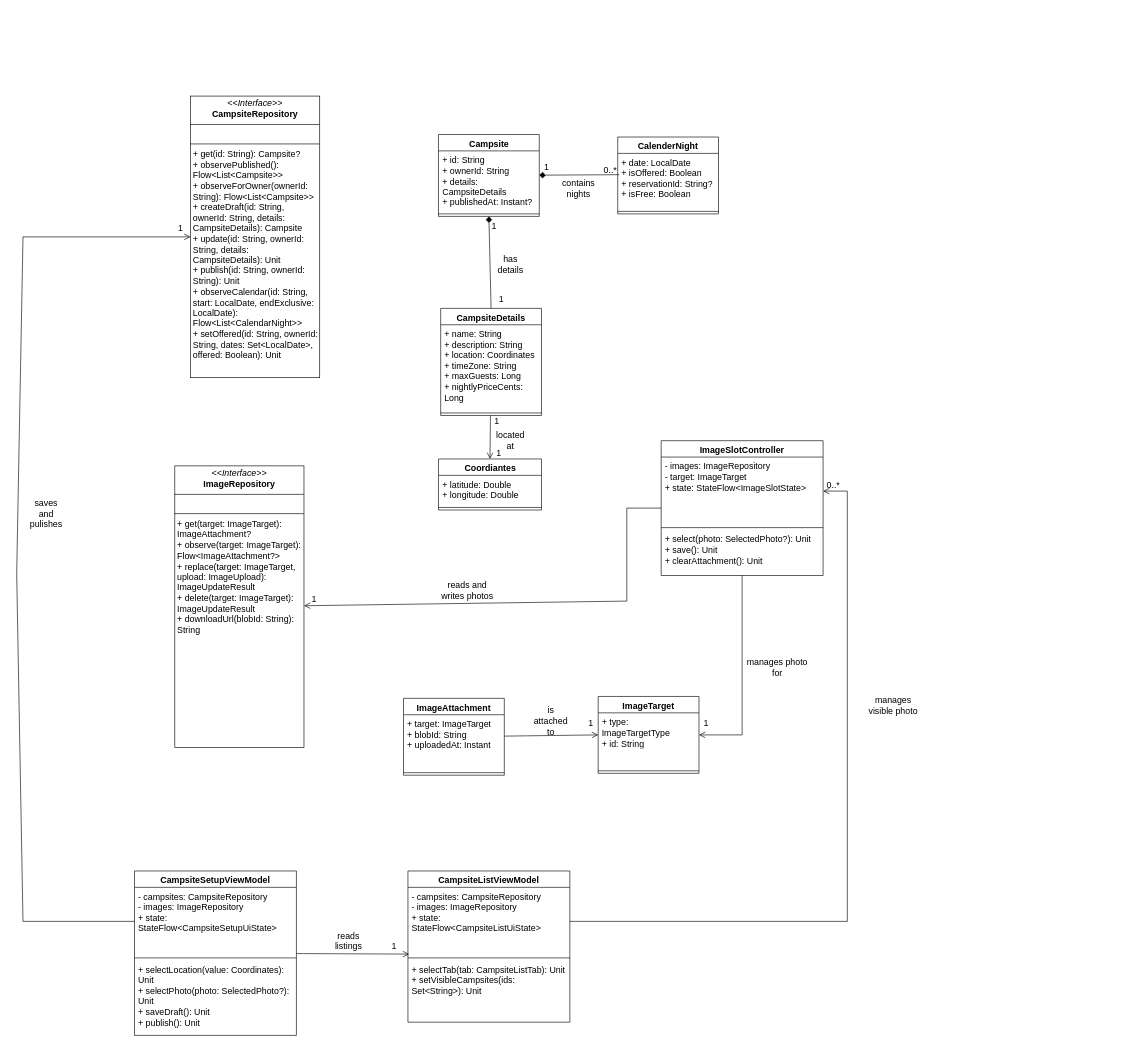
The draw.io diagram page "UML_Diagram_Revision" (5 of 5) of doc/UML.drawio in CMPUT301F26stderr/stderr-campsbridge, before the edit. Source tidied: cells renumbered, new cells numbered last; positions are measured from the earlier drawing's top-left corner, leaving out a move shared by most shapes. Both pictures are drawn from the tidied source at 63%, with x=0, y=0 at pixel (16, 96).
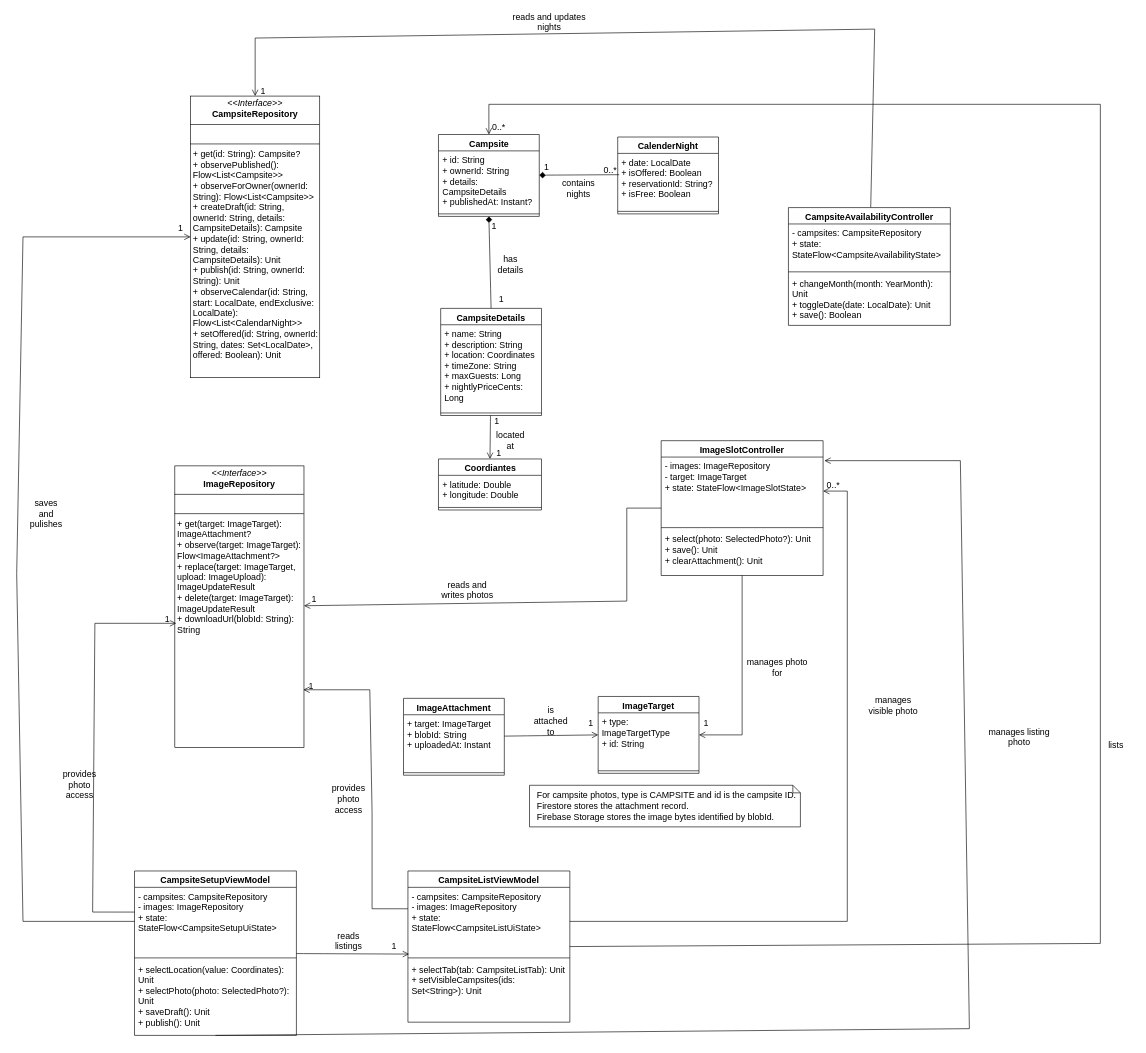
After the change.

The change refers to these unchanged cells:
```xml
<mxCell id="2" value="&lt;p style=&quot;margin:0px;margin-top:4px;text-align:center;&quot;&gt;&lt;font&gt;&lt;i style=&quot;&quot;&gt;&amp;lt;&amp;lt;Interface&amp;gt;&amp;gt;&lt;/i&gt;&lt;br&gt;&lt;b style=&quot;&quot;&gt;&lt;font style=&quot;&quot;&gt;CampsiteRepository&lt;/font&gt;&lt;/b&gt;&lt;/font&gt;&lt;/p&gt;&lt;hr size=&quot;1&quot; style=&quot;border-style:solid;&quot;&gt;&lt;p style=&quot;margin:0px;margin-left:4px;&quot;&gt;&lt;font&gt;&lt;br&gt;&lt;/font&gt;&lt;/p&gt;&lt;hr size=&quot;1&quot; style=&quot;border-style:solid;&quot;&gt;&lt;p style=&quot;margin:0px;margin-left:4px;&quot;&gt;&lt;font&gt;+ get(id: String): Campsite?&lt;/font&gt;&lt;/p&gt;&lt;p style=&quot;margin:0px;margin-left:4px;&quot;&gt;&lt;font&gt;+ observePublished(): Flow&amp;lt;List&amp;lt;Campsite&amp;gt;&amp;gt;&lt;/font&gt;&lt;/p&gt;&lt;p style=&quot;margin:0px;margin-left:4px;&quot;&gt;&lt;font&gt;+ observeForOwner(ownerId: String): Flow&amp;lt;List&amp;lt;Campsite&amp;gt;&amp;gt;&lt;/font&gt;&lt;/p&gt;&lt;p style=&quot;margin:0px;margin-left:4px;&quot;&gt;&lt;font&gt;+ createDraft(id: String, ownerId: String, details: CampsiteDetails): Campsite&lt;/font&gt;&lt;/p&gt;&lt;p style=&quot;margin:0px;margin-left:4px;&quot;&gt;&lt;font&gt;+ update(id: String, ownerId: String, details: CampsiteDetails): Unit&lt;/font&gt;&lt;/p&gt;&lt;p style=&quot;margin:0px;margin-left:4px;&quot;&gt;&lt;font&gt;+ publish(id: String, ownerId: String): Unit&lt;/font&gt;&lt;/p&gt;&lt;p style=&quot;margin:0px;margin-left:4px;&quot;&gt;&lt;font&gt;+ observeCalendar(id: String, start: LocalDate, endExclusive: LocalDate): Flow&amp;lt;List&amp;lt;CalendarNight&amp;gt;&amp;gt;&lt;/font&gt;&lt;/p&gt;&lt;p style=&quot;margin:0px;margin-left:4px;&quot;&gt;&lt;font&gt;+ setOffered(id: String, ownerId: String, dates: Set&amp;lt;LocalDate&amp;gt;, offered: Boolean): Unit&lt;/font&gt;&lt;/p&gt;" style="verticalAlign=top;align=left;overflow=fill;html=1;whiteSpace=wrap;fontFamily=Arial;fontSize=14;" parent="1" vertex="1">
  <mxGeometry x="276" width="205" height="447" as="geometry" />
</mxCell>
<mxCell id="3" value="Campsite" style="swimlane;fontStyle=1;align=center;verticalAlign=top;horizontal=1;startSize=26;whiteSpace=wrap;html=1;fontFamily=Arial;fontSize=14;" parent="1" vertex="1">
  <mxGeometry x="669.5" y="61" width="160" height="130" as="geometry" />
</mxCell>
<mxCell id="17" value="&lt;p style=&quot;margin:0px;margin-top:4px;text-align:center;&quot;&gt;&lt;font&gt;&lt;i style=&quot;&quot;&gt;&amp;lt;&amp;lt;Interface&amp;gt;&amp;gt;&lt;/i&gt;&lt;br&gt;&lt;b style=&quot;&quot;&gt;&lt;font style=&quot;&quot;&gt;ImageRepository&lt;/font&gt;&lt;/b&gt;&lt;/font&gt;&lt;/p&gt;&lt;hr size=&quot;1&quot; style=&quot;border-style:solid;&quot;&gt;&lt;p style=&quot;margin:0px;margin-left:4px;&quot;&gt;&lt;font&gt;&lt;br&gt;&lt;/font&gt;&lt;/p&gt;&lt;hr size=&quot;1&quot; style=&quot;border-style:solid;&quot;&gt;&lt;p style=&quot;margin:0px;margin-left:4px;&quot;&gt;+ get(target: ImageTarget): ImageAttachment?&lt;/p&gt;&lt;p style=&quot;margin:0px;margin-left:4px;&quot;&gt;+ observe(target: ImageTarget): Flow&amp;lt;ImageAttachment?&amp;gt;&lt;/p&gt;&lt;p style=&quot;margin:0px;margin-left:4px;&quot;&gt;+ replace(target: ImageTarget, upload: ImageUpload): ImageUpdateResult&lt;/p&gt;&lt;p style=&quot;margin:0px;margin-left:4px;&quot;&gt;+ delete(target: ImageTarget): ImageUpdateResult&lt;/p&gt;&lt;p style=&quot;margin:0px;margin-left:4px;&quot;&gt;+ downloadUrl(blobId: String): String&lt;/p&gt;" style="verticalAlign=top;align=left;overflow=fill;html=1;whiteSpace=wrap;fontFamily=Arial;fontSize=14;" parent="1" vertex="1">
  <mxGeometry x="251" y="587" width="205" height="447" as="geometry" />
</mxCell>
<mxCell id="25" value="CampsiteListViewModel" style="swimlane;fontStyle=1;align=center;verticalAlign=top;horizontal=1;startSize=26;whiteSpace=wrap;html=1;fontFamily=Arial;fontSize=14;" parent="1" vertex="1">
  <mxGeometry x="621" y="1230" width="257" height="240" as="geometry" />
</mxCell>
<mxCell id="29" value="CampsiteSetupViewModel" style="swimlane;fontStyle=1;align=center;verticalAlign=top;horizontal=1;startSize=26;whiteSpace=wrap;html=1;fontFamily=Arial;fontSize=14;" parent="1" vertex="1">
  <mxGeometry x="187" y="1230" width="257" height="261" as="geometry" />
</mxCell>
<mxCell id="35" value="&lt;div&gt;- images: ImageRepository&lt;/div&gt;&lt;div&gt;- target: ImageTarget&lt;/div&gt;&lt;div&gt;+ state: StateFlow&amp;lt;ImageSlotState&amp;gt;&lt;/div&gt;" style="text;strokeColor=none;fillColor=none;align=left;verticalAlign=top;spacingLeft=4;spacingRight=4;overflow=hidden;points=[[0,0.5],[1,0.5]];portConstraint=eastwest;whiteSpace=wrap;html=1;fontFamily=Arial;fontSize=14;" parent="34" vertex="1">
  <mxGeometry y="26" width="257" height="108" as="geometry" />
</mxCell>
```

The edit, as a diff of the source:
```diff
@@
+    <mxCell id="64" style="edgeStyle=none;curved=0;rounded=0;jettySize=auto;html=1;exitX=1;exitY=0.5;exitDx=0;exitDy=0;entryX=0.5;entryY=0;entryDx=0;entryDy=0;fontSize=12;defaultLabelBackgroundColor=page;startSize=8;endSize=8;endArrow=open;endFill=0;" parent="1" edge="1" source="25" target="3">
+      <mxGeometry x="-0.01" relative="1" as="geometry">
+        <Array as="points">
+          <mxPoint x="1720.1" y="1345" />
+          <mxPoint x="1720.1" y="13.1" />
+          <mxPoint x="749.5" y="13.1" />
+        </Array>
+      </mxGeometry>
+    </mxCell>
@@
+    <mxCell id="65" style="edgeStyle=none;curved=0;rounded=0;jettySize=auto;html=1;exitX=0.5;exitY=1;exitDx=0;exitDy=0;entryX=1.008;entryY=0.053;entryDx=0;entryDy=0;entryPerimeter=0;fontSize=12;defaultLabelBackgroundColor=page;startSize=8;endSize=8;endArrow=open;endFill=0;" parent="1" edge="1" source="29" target="35">
+      <mxGeometry x="-0.18" relative="1" as="geometry">
+        <Array as="points">
+          <mxPoint x="1512.2" y="1480.3" />
+          <mxPoint x="1497.9" y="578.7" />
+        </Array>
+      </mxGeometry>
+    </mxCell>
+    <mxCell id="66" value="manages listing photo" style="text;html=1;whiteSpace=wrap;strokeColor=none;fillColor=none;align=center;verticalAlign=middle;rounded=0;fontSize=14;fontFamily=Arial;" parent="1" vertex="1">
+      <mxGeometry x="1541" y="1002" width="101" height="30" as="geometry" />
+    </mxCell>
+    <mxCell id="67" style="edgeStyle=none;curved=0;rounded=0;jettySize=auto;html=1;exitX=0;exitY=0.25;exitDx=0;exitDy=0;entryX=0.995;entryY=0.795;entryDx=0;entryDy=0;entryPerimeter=0;fontSize=12;defaultLabelBackgroundColor=page;startSize=8;endSize=8;endArrow=open;endFill=0;" parent="1" edge="1" source="25" target="17">
+      <mxGeometry x="0.07" relative="1" as="geometry">
+        <Array as="points">
+          <mxPoint x="564.1" y="1290" />
+          <mxPoint x="564.1" y="1137.1" />
+          <mxPoint x="560.5" y="942.4" />
+        </Array>
+      </mxGeometry>
+    </mxCell>
+    <mxCell id="68" value="1" style="text;html=1;whiteSpace=wrap;strokeColor=none;fillColor=none;align=center;verticalAlign=middle;rounded=0;fontSize=14;fontFamily=Arial;" parent="1" vertex="1">
+      <mxGeometry x="456" y="922" width="23" height="30" as="geometry" />
+    </mxCell>
+    <mxCell id="69" value="provides photo access" style="text;html=1;whiteSpace=wrap;strokeColor=none;fillColor=none;align=center;verticalAlign=middle;rounded=0;fontSize=14;fontFamily=Arial;" parent="1" vertex="1">
+      <mxGeometry x="497" y="1101" width="60" height="30" as="geometry" />
+    </mxCell>
+    <mxCell id="70" style="edgeStyle=none;curved=0;rounded=0;jettySize=auto;html=1;exitX=0;exitY=0.25;exitDx=0;exitDy=0;entryX=0.011;entryY=0.559;entryDx=0;entryDy=0;entryPerimeter=0;fontSize=12;defaultLabelBackgroundColor=page;startSize=8;endSize=8;endArrow=open;endFill=0;" parent="1" edge="1" source="29" target="17">
+      <mxGeometry relative="1" as="geometry">
+        <Array as="points">
+          <mxPoint x="120.5" y="1295.2" />
+          <mxPoint x="124.1" y="836.9" />
+        </Array>
+      </mxGeometry>
+    </mxCell>
+    <mxCell id="71" value="1" style="text;html=1;whiteSpace=wrap;strokeColor=none;fillColor=none;align=center;verticalAlign=middle;rounded=0;fontSize=14;fontFamily=Arial;" parent="1" vertex="1">
+      <mxGeometry x="228" y="816" width="23" height="30" as="geometry" />
+    </mxCell>
+    <mxCell id="72" value="provides photo access" style="text;html=1;whiteSpace=wrap;strokeColor=none;fillColor=none;align=center;verticalAlign=middle;rounded=0;fontSize=14;fontFamily=Arial;" parent="1" vertex="1">
+      <mxGeometry x="70" y="1078" width="60" height="30" as="geometry" />
+    </mxCell>
+    <mxCell id="73" value="0..*" style="text;html=1;whiteSpace=wrap;strokeColor=none;fillColor=none;align=center;verticalAlign=middle;rounded=0;fontSize=14;fontFamily=Arial;" parent="1" vertex="1">
+      <mxGeometry x="754" y="35" width="23" height="30" as="geometry" />
+    </mxCell>
+    <mxCell id="74" value="lists" style="text;html=1;whiteSpace=wrap;strokeColor=none;fillColor=none;align=center;verticalAlign=middle;rounded=0;fontSize=14;fontFamily=Arial;" parent="1" vertex="1">
+      <mxGeometry x="1715" y="1015" width="60" height="30" as="geometry" />
+    </mxCell>
+    <mxCell id="75" value="&lt;div&gt;For campsite photos, type is CAMPSITE and id is the campsite ID.&lt;/div&gt;&lt;div&gt;Firestore stores the attachment record.&lt;/div&gt;&lt;div&gt;Firebase Storage stores the image bytes identified by blobId.&lt;/div&gt;" style="html=1;rounded=0;fillColor=#ffffff;strokeColor=#000000;strokeWidth=1;fontColor=#000000;fontFamily=Arial;fontSize=14;shape=note;size=12;align=left;verticalAlign=middle;spacingLeft=10;" parent="1" vertex="1">
+      <mxGeometry x="814" y="1094" width="430" height="66" as="geometry" />
+    </mxCell>
+    <mxCell id="76" style="edgeStyle=none;curved=0;rounded=0;jettySize=auto;html=1;entryX=0.5;entryY=0;entryDx=0;entryDy=0;fontSize=12;defaultLabelBackgroundColor=page;startSize=8;endSize=8;endArrow=open;endFill=0;" parent="1" edge="1" source="77" target="2">
+      <mxGeometry relative="1" as="geometry">
+        <Array as="points">
+          <mxPoint x="1361.9" y="-106.3" />
+          <mxPoint x="378.5" y="-92.1" />
+        </Array>
+      </mxGeometry>
+    </mxCell>
+    <mxCell id="77" value="CampsiteAvailabilityController" style="swimlane;fontStyle=1;align=center;verticalAlign=top;horizontal=1;startSize=26;whiteSpace=wrap;html=1;fontFamily=Arial;fontSize=14;" parent="1" vertex="1">
+      <mxGeometry x="1225" y="177" width="257" height="187" as="geometry" />
+    </mxCell>
+    <mxCell id="78" value="&lt;div&gt;- campsites: CampsiteRepository&lt;/div&gt;&lt;div&gt;+ state: StateFlow&amp;lt;CampsiteAvailabilityState&amp;gt;&lt;/div&gt;" style="text;strokeColor=none;fillColor=none;align=left;verticalAlign=top;spacingLeft=4;spacingRight=4;overflow=hidden;whiteSpace=wrap;html=1;fontFamily=Arial;fontSize=14;" parent="77" vertex="1">
+      <mxGeometry y="26" width="257" height="72" as="geometry" />
+    </mxCell>
+    <mxCell id="79" style="line;strokeWidth=1;fillColor=none;align=left;verticalAlign=middle;spacingTop=-1;spacingLeft=3;spacingRight=3;labelPosition=right;strokeColor=inherit;labelPerimeter=1;" parent="77" vertex="1">
+      <mxGeometry y="98" width="257" height="8" as="geometry" />
+    </mxCell>
+    <mxCell id="80" value="&lt;div&gt;+ changeMonth(month: YearMonth): Unit&lt;/div&gt;&lt;div&gt;+ toggleDate(date: LocalDate): Unit&lt;/div&gt;&lt;div&gt;+ save(): Boolean&lt;/div&gt;" style="text;strokeColor=none;fillColor=none;align=left;verticalAlign=top;spacingLeft=4;spacingRight=4;overflow=hidden;whiteSpace=wrap;html=1;fontFamily=Arial;fontSize=14;" parent="77" vertex="1">
+      <mxGeometry y="106" width="257" height="81" as="geometry" />
+    </mxCell>
+    <mxCell id="81" value="1" style="text;html=1;whiteSpace=wrap;strokeColor=none;fillColor=none;align=center;verticalAlign=middle;rounded=0;fontSize=14;fontFamily=Arial;" parent="1" vertex="1">
+      <mxGeometry x="380" y="-23" width="23" height="30" as="geometry" />
+    </mxCell>
+    <mxCell id="82" value="reads and updates nights" style="text;html=1;whiteSpace=wrap;strokeColor=none;fillColor=none;align=center;verticalAlign=middle;rounded=0;fontSize=14;fontFamily=Arial;" parent="1" vertex="1">
+      <mxGeometry x="774" y="-133" width="143" height="30" as="geometry" />
+    </mxCell>
```
